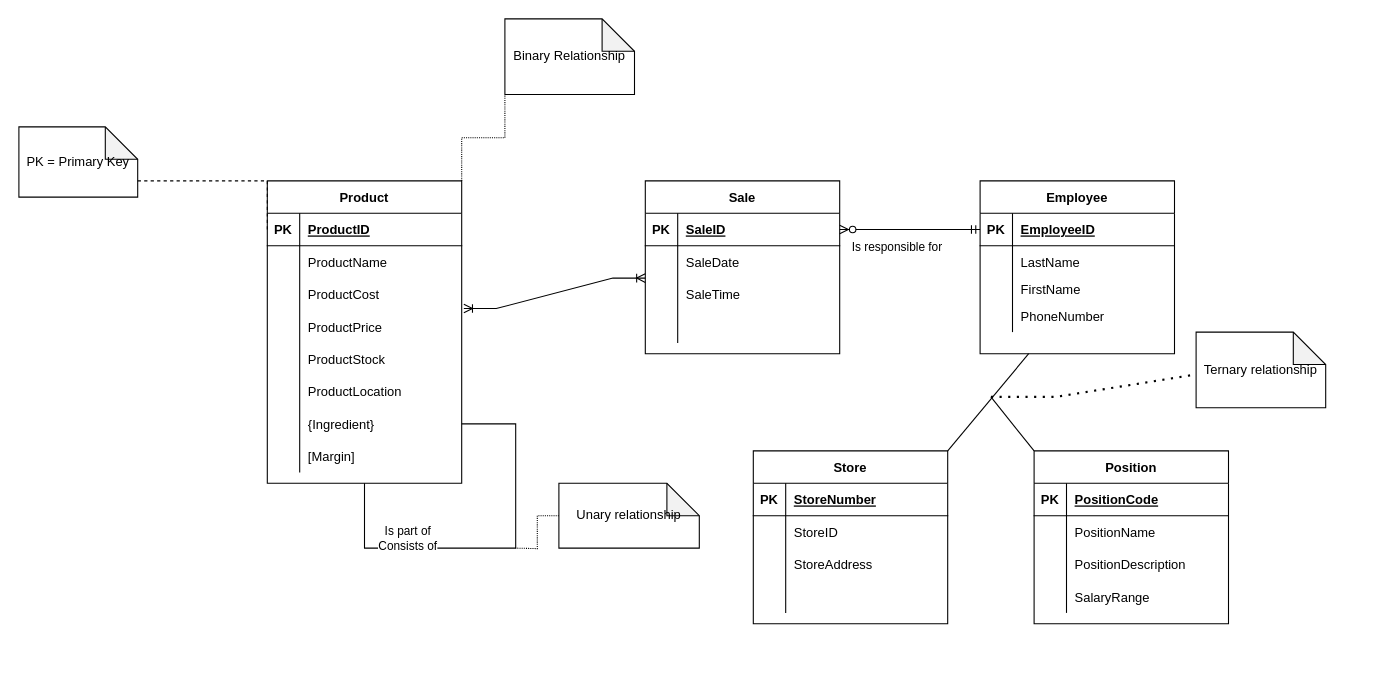
Before: EER diagram.drawio in parkeraustin72/CTIS345, a draw.io diagram. Source tidied: cells renumbered, new cells numbered last; positions are measured from the earlier drawing's top-left corner, leaving out a move shared by most shapes. Both pictures are drawn from the tidied source at 108%, with x=0, y=0 at pixel (18, 18).
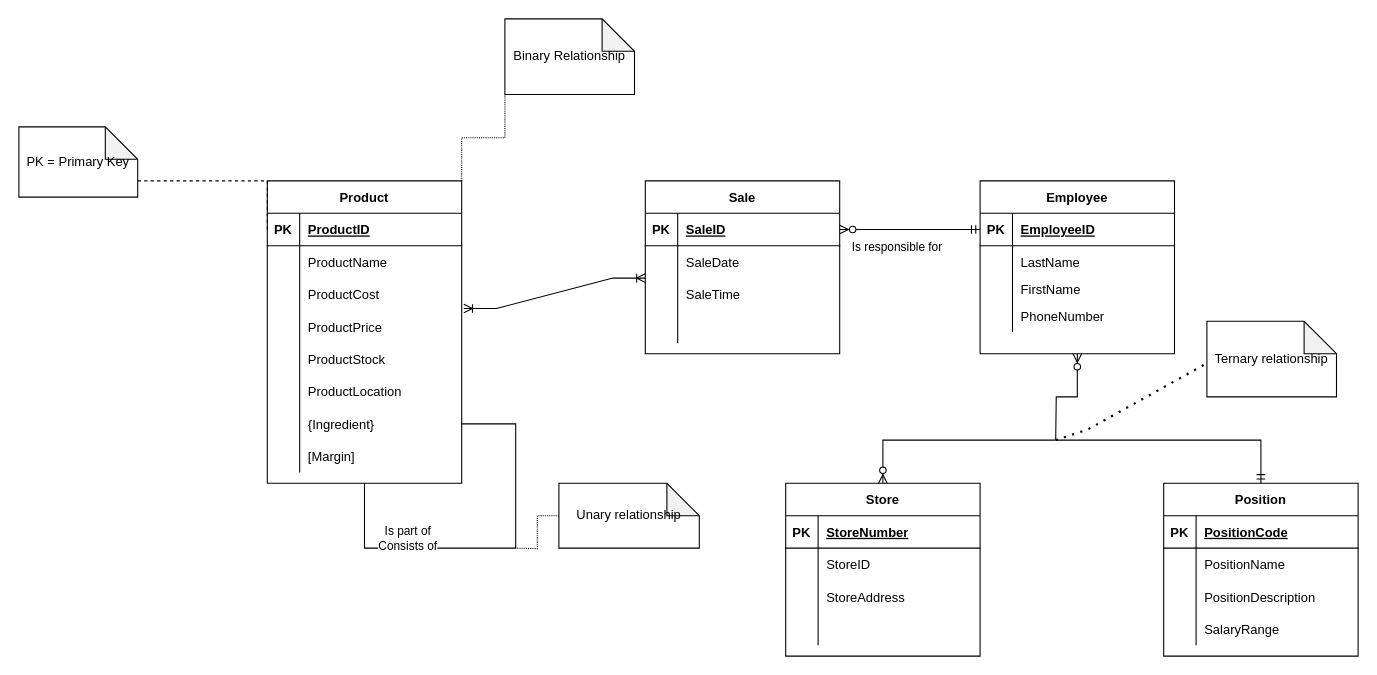
The same diagram, later.

Unchanged cells that the change refers to:
```xml
<mxCell id="74" value="Employee" style="shape=table;startSize=30;childLayout=tableLayout;rowLines=0;fontStyle=1;align=center;" parent="1" vertex="1">
  <mxGeometry x="890" y="150" width="180" height="160" as="geometry" />
</mxCell>
```

Change to the diagram source:
```diff
@@
     <mxCell id="48" value="Store" style="shape=table;startSize=30;childLayout=tableLayout;rowLines=0;fontStyle=1;align=center;" parent="1" vertex="1">
-      <mxGeometry x="680" y="400" width="180" height="160" as="geometry" />
+      <mxGeometry x="710" y="430" width="180" height="160" as="geometry" />
     </mxCell>
@@
     <mxCell id="61" value="Position" style="shape=table;startSize=30;childLayout=tableLayout;rowLines=0;fontStyle=1;align=center;" parent="1" vertex="1">
-      <mxGeometry x="940" y="400" width="180" height="160" as="geometry" />
+      <mxGeometry x="1060" y="430" width="180" height="160" as="geometry" />
     </mxCell>
@@
-    <mxCell id="87" style="endArrow=none;html=1;rounded=0;entryX=0.25;entryY=1;entryDx=0;entryDy=0;" parent="1" edge="1" target="74">
-      <mxGeometry relative="1" as="geometry">
-        <mxPoint x="860" y="400" as="sourcePoint" />
-      </mxGeometry>
-    </mxCell>
-    <mxCell id="88" style="endArrow=none;html=1;rounded=0;entryX=0;entryY=0;entryDx=0;entryDy=0;" parent="1" edge="1" target="61">
-      <mxGeometry relative="1" as="geometry">
-        <mxPoint x="900" y="350" as="sourcePoint" />
-      </mxGeometry>
-    </mxCell>
     <mxCell id="89" style="endArrow=none;dashed=1;html=1;dashPattern=1 3;strokeWidth=2;rounded=0;entryX=-0.009;entryY=0.563;entryDx=0;entryDy=0;entryPerimeter=0;" parent="1" edge="1" target="90">
       <mxGeometry relative="1" as="geometry">
-        <mxPoint x="900" y="350" as="sourcePoint" />
+        <mxPoint x="960" y="390" as="sourcePoint" />
         <Array as="points">
-          <mxPoint x="960" y="350" />
+          <mxPoint x="960" y="390" />
+          <mxPoint x="990" y="380" />
         </Array>
       </mxGeometry>
     </mxCell>
     <mxCell id="90" value="Ternary relationship" style="shape=note;whiteSpace=wrap;html=1;backgroundOutline=1;darkOpacity=0.05;" parent="1" vertex="1">
-      <mxGeometry x="1090" y="290" width="120" height="70" as="geometry" />
+      <mxGeometry x="1100" y="280" width="120" height="70" as="geometry" />
     </mxCell>
@@
+    <mxCell id="94" style="fontSize=12;html=1;endArrow=ERzeroToMany;endFill=1;rounded=0;entryX=0.5;entryY=0;entryDx=0;entryDy=0;edgeStyle=elbowEdgeStyle;" parent="1" edge="1" target="48">
+      <mxGeometry relative="1" as="geometry">
+        <mxPoint x="960" y="390" as="sourcePoint" />
+        <Array as="points">
+          <mxPoint x="800" y="390" />
+        </Array>
+      </mxGeometry>
+    </mxCell>
+    <mxCell id="95" style="fontSize=12;html=1;endArrow=ERzeroToMany;endFill=1;rounded=0;entryX=0.5;entryY=1;entryDx=0;entryDy=0;edgeStyle=orthogonalEdgeStyle;" parent="1" edge="1" target="74">
+      <mxGeometry relative="1" as="geometry">
+        <mxPoint x="960" y="390" as="sourcePoint" />
+      </mxGeometry>
+    </mxCell>
+    <mxCell id="96" style="edgeStyle=orthogonalEdgeStyle;fontSize=12;html=1;endArrow=ERmandOne;endFill=0;rounded=0;entryX=0.5;entryY=0;entryDx=0;entryDy=0;" parent="1" edge="1" target="61">
+      <mxGeometry relative="1" as="geometry">
+        <mxPoint x="960" y="390" as="sourcePoint" />
+        <Array as="points">
+          <mxPoint x="960" y="390" />
+          <mxPoint x="1150" y="390" />
+        </Array>
+      </mxGeometry>
+    </mxCell>
```
